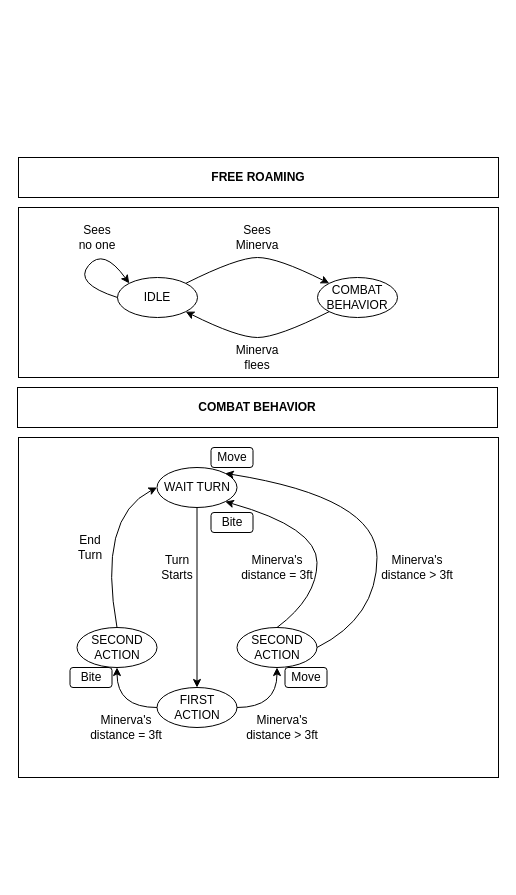
Ode97/Progetto-GDP-2020-2021 keeps this draw.io diagram as Images/LDD/Projects/drawio/PRJ_BHV_Elemental_Snake&Slug_behaviour.drawio. Above is the earlier version. Source tidied: cells renumbered, new cells numbered last; positions are measured from the earlier drawing's top-left corner, leaving out a move shared by most shapes. Both pictures are drawn from the tidied source at 100%, with x=0, y=0 at pixel (17, 157).
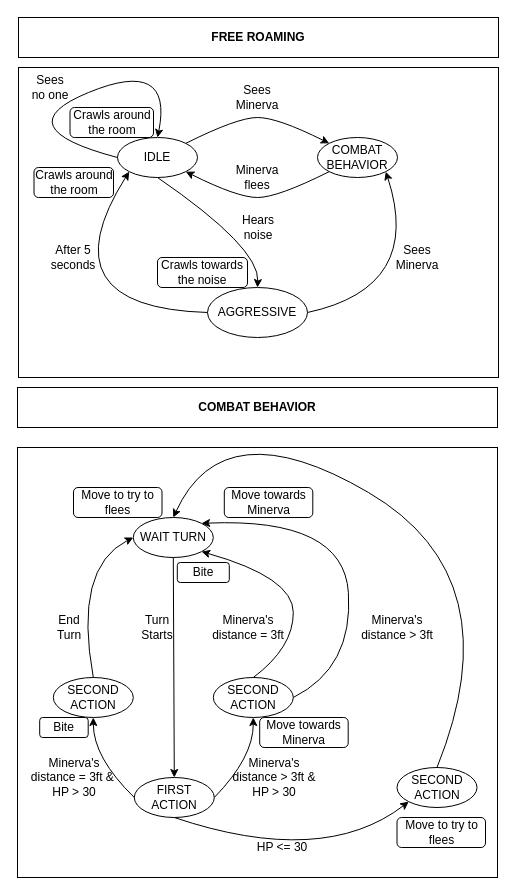
The same diagram, later.

The edit, as a diff of the source:
```diff
@@
-    <mxCell id="2" style="rounded=0;whiteSpace=wrap;html=1;" parent="1" vertex="1">
-      <mxGeometry x="1" y="280" width="480" height="340" as="geometry" />
-    </mxCell>
-    <mxCell id="3" style="rounded=0;whiteSpace=wrap;html=1;" parent="1" vertex="1">
-      <mxGeometry x="1" y="50" width="480" height="170" as="geometry" />
-    </mxCell>
+    <mxCell id="9" value="&lt;b&gt;COMBAT BEHAVIOR&lt;/b&gt;" style="rounded=0;whiteSpace=wrap;html=1;" parent="1" vertex="1">
+      <mxGeometry y="230" width="480" height="40" as="geometry" />
+    </mxCell>
+    <mxCell id="34" style="rounded=0;whiteSpace=wrap;html=1;" parent="1" vertex="1">
+      <mxGeometry x="1" y="-90" width="480" height="310" as="geometry" />
+    </mxCell>
     <mxCell id="4" value="IDLE" style="ellipse;whiteSpace=wrap;html=1;" parent="1" vertex="1">
-      <mxGeometry x="100" y="120" width="80" height="40" as="geometry" />
+      <mxGeometry x="100" y="-20" width="80" height="40" as="geometry" />
     </mxCell>
     <mxCell id="5" value="COMBAT BEHAVIOR" style="ellipse;whiteSpace=wrap;html=1;" parent="1" vertex="1">
-      <mxGeometry x="300" y="120" width="80" height="40" as="geometry" />
+      <mxGeometry x="300" y="-20" width="80" height="40" as="geometry" />
     </mxCell>
     <mxCell id="6" style="curved=1;endArrow=classic;html=1;entryX=0;entryY=0;entryDx=0;entryDy=0;exitX=1;exitY=0;exitDx=0;exitDy=0;" parent="1" edge="1" source="4" target="5">
       <mxGeometry relative="1" as="geometry">
         <Array as="points">
-          <mxPoint x="220" y="100" />
-          <mxPoint x="260" y="100" />
+          <mxPoint x="220" y="-40" />
+          <mxPoint x="260" y="-40" />
         </Array>
       </mxGeometry>
     </mxCell>
-    <mxCell id="7" value="Sees Minerva" style="text;html=1;strokeColor=none;fillColor=none;align=center;verticalAlign=middle;whiteSpace=wrap;rounded=0;" parent="1" vertex="1">
-      <mxGeometry x="220" y="70" width="40" height="20" as="geometry" />
-    </mxCell>
+    <mxCell id="35" value="Sees Minerva" style="text;html=1;strokeColor=none;fillColor=none;align=center;verticalAlign=middle;whiteSpace=wrap;rounded=0;" parent="1" vertex="1">
+      <mxGeometry x="220" y="-70" width="40" height="20" as="geometry" />
+    </mxCell>
     <mxCell id="8" value="&lt;b&gt;FREE ROAMING&lt;/b&gt;" style="rounded=0;whiteSpace=wrap;html=1;" parent="1" vertex="1">
-      <mxGeometry x="1" width="480" height="40" as="geometry" />
+      <mxGeometry x="1" y="-140" width="480" height="40" as="geometry" />
     </mxCell>
-    <mxCell id="9" value="&lt;b&gt;COMBAT BEHAVIOR&lt;/b&gt;" style="rounded=0;whiteSpace=wrap;html=1;" parent="1" vertex="1">
-      <mxGeometry y="230" width="480" height="40" as="geometry" />
-    </mxCell>
     <mxCell id="10" style="curved=1;endArrow=classic;html=1;entryX=1;entryY=1;entryDx=0;entryDy=0;exitX=0;exitY=1;exitDx=0;exitDy=0;" parent="1" edge="1" source="5" target="4">
       <mxGeometry relative="1" as="geometry">
         <Array as="points">
-          <mxPoint x="260" y="180" />
-          <mxPoint x="220" y="180" />
+          <mxPoint x="260" y="40" />
+          <mxPoint x="220" y="40" />
         </Array>
       </mxGeometry>
     </mxCell>
     <mxCell id="11" value="Minerva flees" style="text;html=1;strokeColor=none;fillColor=none;align=center;verticalAlign=middle;whiteSpace=wrap;rounded=0;" parent="1" vertex="1">
-      <mxGeometry x="220" y="190" width="40" height="20" as="geometry" />
+      <mxGeometry x="220" y="10" width="40" height="20" as="geometry" />
     </mxCell>
+    <mxCell id="32" style="curved=1;endArrow=classic;html=1;exitX=0;exitY=0.5;exitDx=0;exitDy=0;entryX=0.5;entryY=0;entryDx=0;entryDy=0;" parent="1" edge="1" source="4" target="4">
+      <mxGeometry relative="1" as="geometry">
+        <Array as="points">
+          <mxPoint x="-14" y="-30" />
+          <mxPoint x="156" y="-100" />
+        </Array>
+      </mxGeometry>
+    </mxCell>
+    <mxCell id="33" value="Sees no one" style="text;html=1;strokeColor=none;fillColor=none;align=center;verticalAlign=middle;whiteSpace=wrap;rounded=0;" parent="1" vertex="1">
+      <mxGeometry x="12.5" y="-80" width="40" height="20" as="geometry" />
+    </mxCell>
+    <mxCell id="36" value="Crawls around the room" style="rounded=1;whiteSpace=wrap;html=1;" parent="1" vertex="1">
+      <mxGeometry x="52.5" y="-50" width="83.5" height="30" as="geometry" />
+    </mxCell>
+    <mxCell id="37" value="AGGRESSIVE" style="ellipse;whiteSpace=wrap;html=1;" parent="1" vertex="1">
+      <mxGeometry x="190" y="130" width="100" height="50" as="geometry" />
+    </mxCell>
+    <mxCell id="38" style="curved=1;endArrow=classic;html=1;exitX=0.5;exitY=1;exitDx=0;exitDy=0;entryX=0.5;entryY=0;entryDx=0;entryDy=0;" parent="1" edge="1" source="4" target="37">
+      <mxGeometry relative="1" as="geometry">
+        <Array as="points">
+          <mxPoint x="242" y="90" />
+        </Array>
+      </mxGeometry>
+    </mxCell>
+    <mxCell id="39" value="Hears noise" style="text;html=1;strokeColor=none;fillColor=none;align=center;verticalAlign=middle;whiteSpace=wrap;rounded=0;" parent="1" vertex="1">
+      <mxGeometry x="221" y="60" width="40" height="20" as="geometry" />
+    </mxCell>
+    <mxCell id="40" value="Crawls towards the noise" style="rounded=1;whiteSpace=wrap;html=1;" parent="1" vertex="1">
+      <mxGeometry x="140" y="100" width="90" height="30" as="geometry" />
+    </mxCell>
+    <mxCell id="41" style="curved=1;endArrow=classic;html=1;exitX=0;exitY=0.5;exitDx=0;exitDy=0;entryX=0;entryY=1;entryDx=0;entryDy=0;" parent="1" edge="1" source="37" target="4">
+      <mxGeometry relative="1" as="geometry">
+        <Array as="points">
+          <mxPoint x="26" y="150" />
+        </Array>
+      </mxGeometry>
+    </mxCell>
+    <mxCell id="42" value="After 5 seconds" style="text;html=1;strokeColor=none;fillColor=none;align=center;verticalAlign=middle;whiteSpace=wrap;rounded=0;" parent="1" vertex="1">
+      <mxGeometry x="36.2" y="90" width="40" height="20" as="geometry" />
+    </mxCell>
+    <mxCell id="43" value="Crawls around the room" style="rounded=1;whiteSpace=wrap;html=1;" parent="1" vertex="1">
+      <mxGeometry x="16.5" y="10" width="79.5" height="30" as="geometry" />
+    </mxCell>
+    <mxCell id="44" style="curved=1;endArrow=classic;html=1;exitX=1;exitY=0.5;exitDx=0;exitDy=0;entryX=1;entryY=1;entryDx=0;entryDy=0;" parent="1" edge="1" source="37" target="5">
+      <mxGeometry relative="1" as="geometry">
+        <Array as="points">
+          <mxPoint x="406" y="130" />
+        </Array>
+      </mxGeometry>
+    </mxCell>
+    <mxCell id="45" value="Sees Minerva" style="text;html=1;strokeColor=none;fillColor=none;align=center;verticalAlign=middle;whiteSpace=wrap;rounded=0;" parent="1" vertex="1">
+      <mxGeometry x="380" y="90" width="40" height="20" as="geometry" />
+    </mxCell>
+    <mxCell id="46" style="rounded=0;whiteSpace=wrap;html=1;" parent="1" vertex="1">
+      <mxGeometry y="290" width="480" height="430" as="geometry" />
+    </mxCell>
     <mxCell id="12" value="WAIT TURN" style="ellipse;whiteSpace=wrap;html=1;" parent="1" vertex="1">
-      <mxGeometry x="139.5" y="310" width="80" height="40" as="geometry" />
+      <mxGeometry x="115.8" y="360" width="80" height="40" as="geometry" />
     </mxCell>
     <mxCell id="13" value="FIRST ACTION" style="ellipse;whiteSpace=wrap;html=1;" parent="1" vertex="1">
-      <mxGeometry x="139.5" y="530" width="80" height="40" as="geometry" />
+      <mxGeometry x="116.8" y="620" width="80" height="40" as="geometry" />
     </mxCell>
     <mxCell id="14" value="Turn Starts" style="text;html=1;strokeColor=none;fillColor=none;align=center;verticalAlign=middle;whiteSpace=wrap;rounded=0;" parent="1" vertex="1">
-      <mxGeometry x="139.5" y="400" width="40" height="20" as="geometry" />
+      <mxGeometry x="119.8" y="460" width="40" height="20" as="geometry" />
     </mxCell>
-    <mxCell id="15" value="SECOND ACTION" style="ellipse;whiteSpace=wrap;html=1;" parent="1" vertex="1">
-      <mxGeometry x="59.5" y="470" width="80" height="40" as="geometry" />
-    </mxCell>
-    <mxCell id="16" value="SECOND ACTION" style="ellipse;whiteSpace=wrap;html=1;" parent="1" vertex="1">
-      <mxGeometry x="219.5" y="470" width="80" height="40" as="geometry" />
-    </mxCell>
+    <mxCell id="47" value="SECOND ACTION" style="ellipse;whiteSpace=wrap;html=1;" parent="1" vertex="1">
+      <mxGeometry x="35.8" y="520" width="80" height="40" as="geometry" />
+    </mxCell>
+    <mxCell id="48" value="SECOND ACTION" style="ellipse;whiteSpace=wrap;html=1;" parent="1" vertex="1">
+      <mxGeometry x="195.8" y="520" width="80" height="40" as="geometry" />
+    </mxCell>
@@
-    <mxCell id="18" style="curved=1;endArrow=classic;html=1;entryX=0.5;entryY=1;entryDx=0;entryDy=0;exitX=0;exitY=0.5;exitDx=0;exitDy=0;" parent="1" edge="1" source="13" target="15">
-      <mxGeometry relative="1" as="geometry">
-        <Array as="points">
-          <mxPoint x="99.5" y="550" />
-        </Array>
-      </mxGeometry>
-    </mxCell>
-    <mxCell id="19" style="curved=1;endArrow=classic;html=1;entryX=0.5;entryY=1;entryDx=0;entryDy=0;exitX=1;exitY=0.5;exitDx=0;exitDy=0;arcSize=20;" parent="1" edge="1" source="13" target="16">
-      <mxGeometry relative="1" as="geometry">
-        <Array as="points">
-          <mxPoint x="259.5" y="550" />
-        </Array>
-      </mxGeometry>
-    </mxCell>
-    <mxCell id="20" value="Minerva's distance = 3ft" style="text;html=1;strokeColor=none;fillColor=none;align=center;verticalAlign=middle;whiteSpace=wrap;rounded=0;" parent="1" vertex="1">
-      <mxGeometry x="63.5" y="560" width="90" height="20" as="geometry" />
-    </mxCell>
-    <mxCell id="21" value="Bite" style="rounded=1;whiteSpace=wrap;html=1;" parent="1" vertex="1">
-      <mxGeometry x="52.5" y="510" width="42" height="20" as="geometry" />
-    </mxCell>
-    <mxCell id="22" value="Minerva's distance &amp;gt; 3ft" style="text;html=1;strokeColor=none;fillColor=none;align=center;verticalAlign=middle;whiteSpace=wrap;rounded=0;" parent="1" vertex="1">
-      <mxGeometry x="219.5" y="560" width="90" height="20" as="geometry" />
-    </mxCell>
-    <mxCell id="23" value="Move" style="rounded=1;whiteSpace=wrap;html=1;" parent="1" vertex="1">
-      <mxGeometry x="267.5" y="510" width="42" height="20" as="geometry" />
-    </mxCell>
-    <mxCell id="24" style="curved=1;endArrow=classic;html=1;entryX=0;entryY=0.5;entryDx=0;entryDy=0;exitX=0.5;exitY=0;exitDx=0;exitDy=0;" parent="1" edge="1" source="15" target="12">
-      <mxGeometry relative="1" as="geometry">
-        <Array as="points">
-          <mxPoint x="79.5" y="360" />
-        </Array>
-      </mxGeometry>
-    </mxCell>
-    <mxCell id="25" style="curved=1;endArrow=classic;html=1;exitX=1;exitY=0.5;exitDx=0;exitDy=0;entryX=1;entryY=0;entryDx=0;entryDy=0;" parent="1" edge="1" source="16" target="12">
-      <mxGeometry relative="1" as="geometry">
-        <Array as="points">
-          <mxPoint x="359.5" y="460" />
-          <mxPoint x="359.5" y="340" />
-        </Array>
-      </mxGeometry>
-    </mxCell>
+    <mxCell id="49" style="curved=1;endArrow=classic;html=1;entryX=0.5;entryY=1;entryDx=0;entryDy=0;exitX=0;exitY=0.5;exitDx=0;exitDy=0;" parent="1" edge="1" source="13" target="47">
+      <mxGeometry relative="1" as="geometry">
+        <Array as="points">
+          <mxPoint x="75.8" y="600" />
+        </Array>
+      </mxGeometry>
+    </mxCell>
+    <mxCell id="50" style="curved=1;endArrow=classic;html=1;entryX=0.5;entryY=1;entryDx=0;entryDy=0;exitX=1;exitY=0.5;exitDx=0;exitDy=0;arcSize=20;" parent="1" edge="1" source="13" target="48">
+      <mxGeometry relative="1" as="geometry">
+        <Array as="points">
+          <mxPoint x="235.8" y="600" />
+        </Array>
+      </mxGeometry>
+    </mxCell>
+    <mxCell id="51" value="Minerva's distance = 3ft &amp;amp;&amp;nbsp;&lt;br&gt;HP &amp;gt; 30" style="text;html=1;strokeColor=none;fillColor=none;align=center;verticalAlign=middle;whiteSpace=wrap;rounded=0;" parent="1" vertex="1">
+      <mxGeometry x="12" y="610" width="90" height="20" as="geometry" />
+    </mxCell>
+    <mxCell id="52" value="Bite" style="rounded=1;whiteSpace=wrap;html=1;" parent="1" vertex="1">
+      <mxGeometry x="22.2" y="560" width="48.5" height="20" as="geometry" />
+    </mxCell>
+    <mxCell id="53" value="Minerva's distance &amp;gt; 3ft &amp;amp; HP &amp;gt; 30" style="text;html=1;strokeColor=none;fillColor=none;align=center;verticalAlign=middle;whiteSpace=wrap;rounded=0;" parent="1" vertex="1">
+      <mxGeometry x="211.8" y="610" width="90" height="20" as="geometry" />
+    </mxCell>
+    <mxCell id="54" value="Move towards Minerva" style="rounded=1;whiteSpace=wrap;html=1;" parent="1" vertex="1">
+      <mxGeometry x="242.2" y="560" width="88.5" height="30" as="geometry" />
+    </mxCell>
+    <mxCell id="55" style="curved=1;endArrow=classic;html=1;entryX=0;entryY=0.5;entryDx=0;entryDy=0;exitX=0.5;exitY=0;exitDx=0;exitDy=0;" parent="1" edge="1" source="47" target="12">
+      <mxGeometry relative="1" as="geometry">
+        <Array as="points">
+          <mxPoint x="55.8" y="410" />
+        </Array>
+      </mxGeometry>
+    </mxCell>
+    <mxCell id="56" style="curved=1;endArrow=classic;html=1;exitX=1;exitY=0.5;exitDx=0;exitDy=0;entryX=1;entryY=0;entryDx=0;entryDy=0;" parent="1" edge="1" source="48" target="12">
+      <mxGeometry relative="1" as="geometry">
+        <Array as="points">
+          <mxPoint x="335.8" y="510" />
+          <mxPoint x="326" y="360" />
+        </Array>
+      </mxGeometry>
+    </mxCell>
     <mxCell id="26" value="End Turn" style="text;html=1;strokeColor=none;fillColor=none;align=center;verticalAlign=middle;whiteSpace=wrap;rounded=0;" parent="1" vertex="1">
-      <mxGeometry x="52.5" y="380" width="40" height="20" as="geometry" />
+      <mxGeometry x="31.8" y="460" width="40" height="20" as="geometry" />
     </mxCell>
-    <mxCell id="27" value="Minerva's distance &amp;gt; 3ft" style="text;html=1;strokeColor=none;fillColor=none;align=center;verticalAlign=middle;whiteSpace=wrap;rounded=0;" parent="1" vertex="1">
-      <mxGeometry x="359.5" y="400" width="80" height="20" as="geometry" />
-    </mxCell>
-    <mxCell id="28" style="curved=1;endArrow=classic;html=1;exitX=0.5;exitY=0;exitDx=0;exitDy=0;entryX=1;entryY=1;entryDx=0;entryDy=0;" parent="1" edge="1" source="16" target="12">
-      <mxGeometry relative="1" as="geometry">
-        <Array as="points">
-          <mxPoint x="299.5" y="440" />
-          <mxPoint x="299.5" y="370" />
-        </Array>
-      </mxGeometry>
-    </mxCell>
-    <mxCell id="29" value="Minerva's distance = 3ft" style="text;html=1;strokeColor=none;fillColor=none;align=center;verticalAlign=middle;whiteSpace=wrap;rounded=0;" parent="1" vertex="1">
-      <mxGeometry x="214.5" y="400" width="90" height="20" as="geometry" />
-    </mxCell>
-    <mxCell id="30" value="Move" style="rounded=1;whiteSpace=wrap;html=1;" parent="1" vertex="1">
-      <mxGeometry x="193.5" y="290" width="42" height="20" as="geometry" />
-    </mxCell>
-    <mxCell id="31" value="Bite" style="rounded=1;whiteSpace=wrap;html=1;" parent="1" vertex="1">
-      <mxGeometry x="193.5" y="355" width="42" height="20" as="geometry" />
-    </mxCell>
-    <mxCell id="32" style="curved=1;endArrow=classic;html=1;exitX=0;exitY=0.5;exitDx=0;exitDy=0;entryX=0;entryY=0;entryDx=0;entryDy=0;" parent="1" edge="1" source="4" target="4">
-      <mxGeometry relative="1" as="geometry">
-        <Array as="points">
-          <mxPoint x="56" y="126" />
-          <mxPoint x="86" y="90" />
-        </Array>
-      </mxGeometry>
-    </mxCell>
-    <mxCell id="33" value="Sees no one" style="text;html=1;strokeColor=none;fillColor=none;align=center;verticalAlign=middle;whiteSpace=wrap;rounded=0;" parent="1" vertex="1">
-      <mxGeometry x="60" y="70" width="40" height="20" as="geometry" />
-    </mxCell>
+    <mxCell id="57" value="Minerva's distance &amp;gt; 3ft" style="text;html=1;strokeColor=none;fillColor=none;align=center;verticalAlign=middle;whiteSpace=wrap;rounded=0;" parent="1" vertex="1">
+      <mxGeometry x="339.5" y="460" width="80" height="20" as="geometry" />
+    </mxCell>
+    <mxCell id="58" style="curved=1;endArrow=classic;html=1;exitX=0.5;exitY=0;exitDx=0;exitDy=0;entryX=1;entryY=1;entryDx=0;entryDy=0;" parent="1" edge="1" source="48" target="12">
+      <mxGeometry relative="1" as="geometry">
+        <Array as="points">
+          <mxPoint x="275.8" y="490" />
+          <mxPoint x="275.8" y="420" />
+        </Array>
+      </mxGeometry>
+    </mxCell>
+    <mxCell id="59" value="Minerva's distance = 3ft" style="text;html=1;strokeColor=none;fillColor=none;align=center;verticalAlign=middle;whiteSpace=wrap;rounded=0;" parent="1" vertex="1">
+      <mxGeometry x="185.8" y="460" width="90" height="20" as="geometry" />
+    </mxCell>
+    <mxCell id="60" value="Bite" style="rounded=1;whiteSpace=wrap;html=1;" parent="1" vertex="1">
+      <mxGeometry x="159.8" y="405" width="52" height="20" as="geometry" />
+    </mxCell>
+    <mxCell id="61" value="Move towards Minerva" style="rounded=1;whiteSpace=wrap;html=1;" parent="1" vertex="1">
+      <mxGeometry x="206.8" y="330" width="88.5" height="30" as="geometry" />
+    </mxCell>
+    <mxCell id="62" value="SECOND ACTION" style="ellipse;whiteSpace=wrap;html=1;" parent="1" vertex="1">
+      <mxGeometry x="379.5" y="610" width="80" height="40" as="geometry" />
+    </mxCell>
+    <mxCell id="63" style="curved=1;endArrow=classic;html=1;exitX=0.5;exitY=1;exitDx=0;exitDy=0;entryX=0;entryY=1;entryDx=0;entryDy=0;" parent="1" edge="1" source="13" target="62">
+      <mxGeometry relative="1" as="geometry">
+        <Array as="points">
+          <mxPoint x="305.5" y="710" />
+        </Array>
+      </mxGeometry>
+    </mxCell>
+    <mxCell id="64" value="HP &amp;lt;= 30" style="text;html=1;strokeColor=none;fillColor=none;align=center;verticalAlign=middle;whiteSpace=wrap;rounded=0;" parent="1" vertex="1">
+      <mxGeometry x="235.5" y="680" width="59.8" height="20" as="geometry" />
+    </mxCell>
+    <mxCell id="65" value="Move to try to flees" style="rounded=1;whiteSpace=wrap;html=1;" parent="1" vertex="1">
+      <mxGeometry x="379.5" y="660" width="88.5" height="30" as="geometry" />
+    </mxCell>
+    <mxCell id="66" style="curved=1;endArrow=classic;html=1;exitX=0.5;exitY=0;exitDx=0;exitDy=0;entryX=0.5;entryY=0;entryDx=0;entryDy=0;" parent="1" edge="1" source="62" target="12">
+      <mxGeometry relative="1" as="geometry">
+        <Array as="points">
+          <mxPoint x="496" y="420" />
+          <mxPoint x="206" y="250" />
+        </Array>
+      </mxGeometry>
+    </mxCell>
+    <mxCell id="67" value="Move to try to flees" style="rounded=1;whiteSpace=wrap;html=1;" parent="1" vertex="1">
+      <mxGeometry x="56" y="330" width="88.5" height="30" as="geometry" />
+    </mxCell>
```
